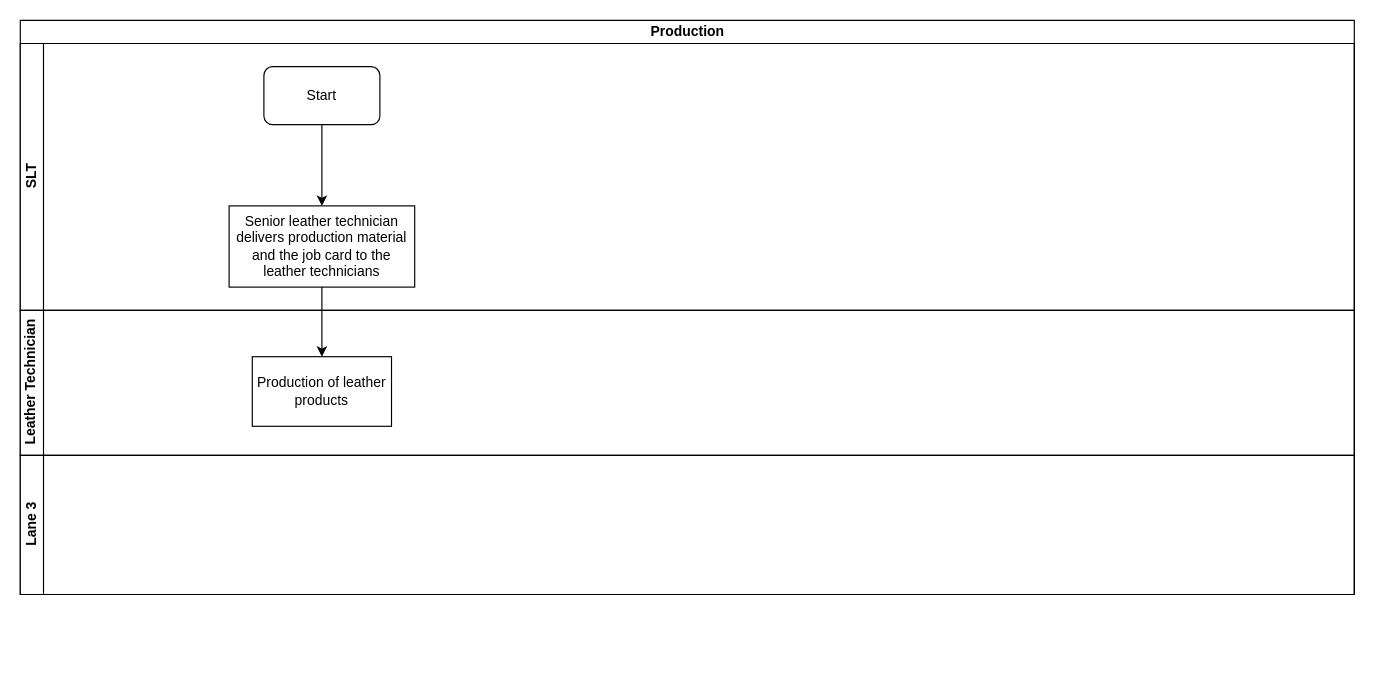
Before: LC - Production.drawio in kmagua/flowcharts, a draw.io diagram. Source tidied: cells renumbered, new cells numbered last; positions are measured from the earlier drawing's top-left corner, leaving out a move shared by most shapes. Both pictures are drawn from the tidied source at 116%, with x=0, y=0 at pixel (20, 20).
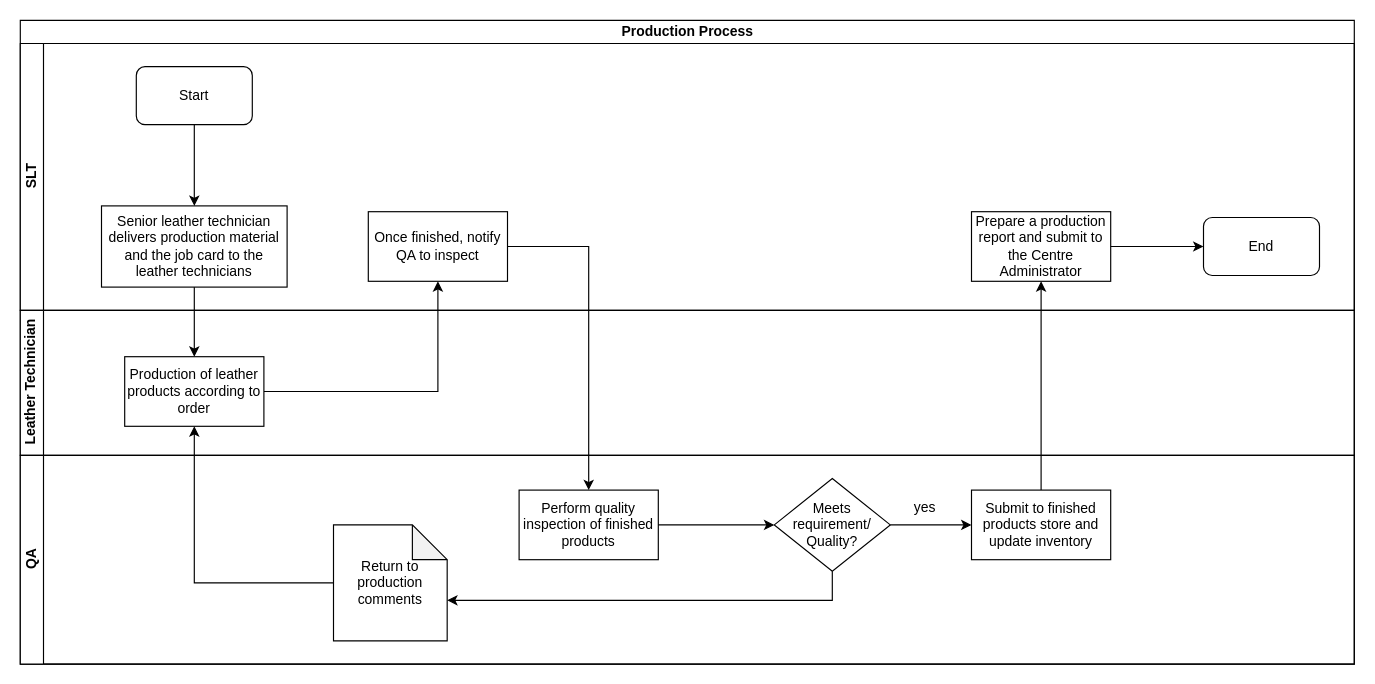
After the change.

The change refers to these unchanged cells:
```xml
<mxCell id="3" value="SLT" style="swimlane;html=1;startSize=20;horizontal=0;" parent="2" vertex="1">
  <mxGeometry y="20" width="1150" height="230" as="geometry" />
</mxCell>
<mxCell id="7" value="Leather Technician" style="swimlane;html=1;startSize=20;horizontal=0;" parent="2" vertex="1">
  <mxGeometry y="250" width="1150" height="125" as="geometry" />
</mxCell>
```

What changed in the source:
```diff
@@
-    <mxCell id="2" value="Production" style="swimlane;html=1;horizontal=1;startSize=20;" parent="1" vertex="1">
-      <mxGeometry width="1150" height="495" as="geometry" />
+    <mxCell id="2" value="Production Process" style="swimlane;html=1;horizontal=1;startSize=20;" parent="1" vertex="1">
+      <mxGeometry width="1150" height="555" as="geometry" />
     </mxCell>
+    <mxCell id="10" style="edgeStyle=orthogonalEdgeStyle;rounded=0;jettySize=auto;html=1;" parent="2" edge="1" source="5" target="8">
+      <mxGeometry relative="1" as="geometry" />
+    </mxCell>
+    <mxCell id="11" style="edgeStyle=orthogonalEdgeStyle;rounded=0;jettySize=auto;html=1;" parent="2" edge="1" source="8" target="13">
+      <mxGeometry relative="1" as="geometry" />
+    </mxCell>
+    <mxCell id="12" style="edgeStyle=orthogonalEdgeStyle;rounded=0;jettySize=auto;html=1;" parent="2" edge="1" source="13" target="15">
+      <mxGeometry relative="1" as="geometry" />
+    </mxCell>
@@
     <mxCell id="4" value="Start" style="rounded=1;whiteSpace=wrap;html=1;" parent="3" vertex="1">
-      <mxGeometry x="210" y="20" width="100" height="50" as="geometry" />
+      <mxGeometry x="100" y="20" width="100" height="50" as="geometry" />
     </mxCell>
     <mxCell id="5" value="Senior leather technician delivers production material and the job card to the leather technicians" style="rounded=0;whiteSpace=wrap;html=1;" parent="3" vertex="1">
-      <mxGeometry x="180" y="140" width="160" height="70" as="geometry" />
+      <mxGeometry x="70" y="140" width="160" height="70" as="geometry" />
     </mxCell>
@@
+    <mxCell id="13" value="Once finished, notify QA to inspect" style="whiteSpace=wrap;html=1;rounded=0;" parent="3" vertex="1">
+      <mxGeometry x="300" y="145" width="120" height="60" as="geometry" />
+    </mxCell>
+    <mxCell id="14" value="Prepare a production report and submit to the Centre Administrator" style="whiteSpace=wrap;html=1;rounded=0;" parent="3" vertex="1">
+      <mxGeometry x="820" y="145" width="120" height="60" as="geometry" />
+    </mxCell>
@@
-    <mxCell id="8" value="Production of leather products" style="whiteSpace=wrap;html=1;rounded=0;" parent="7" vertex="1">
-      <mxGeometry x="200" y="40" width="120" height="60" as="geometry" />
+    <mxCell id="8" value="Production of leather products according to order" style="whiteSpace=wrap;html=1;rounded=0;" parent="7" vertex="1">
+      <mxGeometry x="90" y="40" width="120" height="60" as="geometry" />
     </mxCell>
-    <mxCell id="9" value="Lane 3" style="swimlane;html=1;startSize=20;horizontal=0;" parent="2" vertex="1">
-      <mxGeometry y="375" width="1150" height="120" as="geometry" />
+    <mxCell id="9" value="QA" style="swimlane;html=1;startSize=20;horizontal=0;" parent="2" vertex="1">
+      <mxGeometry y="375" width="1150" height="180" as="geometry" />
     </mxCell>
-    <mxCell id="10" style="edgeStyle=orthogonalEdgeStyle;rounded=0;jettySize=auto;html=1;" parent="2" edge="1" source="5" target="8">
-      <mxGeometry relative="1" as="geometry" />
-    </mxCell>
+    <mxCell id="15" value="Perform quality inspection of finished products" style="whiteSpace=wrap;html=1;rounded=0;" parent="9" vertex="1">
+      <mxGeometry x="430" y="30" width="120" height="60" as="geometry" />
+    </mxCell>
+    <mxCell id="16" value="yes" style="text;html=1;strokeColor=none;fillColor=none;align=center;verticalAlign=middle;whiteSpace=wrap;rounded=0;" parent="9" vertex="1">
+      <mxGeometry x="760" y="35" width="40" height="20" as="geometry" />
+    </mxCell>
+    <mxCell id="17" value="Return to production comments" style="shape=note;whiteSpace=wrap;html=1;backgroundOutline=1;darkOpacity=0.05;" parent="9" vertex="1">
+      <mxGeometry x="270" y="60" width="98" height="100" as="geometry" />
+    </mxCell>
+    <mxCell id="18" style="edgeStyle=orthogonalEdgeStyle;rounded=0;jettySize=auto;html=1;entryX=0.5;entryY=1;entryDx=0;entryDy=0;" parent="2" edge="1" source="17" target="8">
+      <mxGeometry relative="1" as="geometry" />
+    </mxCell>
+    <mxCell id="19" style="edgeStyle=orthogonalEdgeStyle;rounded=0;jettySize=auto;html=1;" parent="1" edge="1" source="21" target="24">
+      <mxGeometry relative="1" as="geometry" />
+    </mxCell>
+    <mxCell id="20" style="edgeStyle=orthogonalEdgeStyle;rounded=0;jettySize=auto;html=1;entryX=0;entryY=0;entryDx=98;entryDy=65;entryPerimeter=0;" parent="1" edge="1" source="21" target="17">
+      <mxGeometry relative="1" as="geometry">
+        <Array as="points">
+          <mxPoint x="700" y="500" />
+        </Array>
+      </mxGeometry>
+    </mxCell>
+    <mxCell id="21" value="Meets requirement/ Quality?" style="rhombus;whiteSpace=wrap;html=1;rounded=0;" parent="1" vertex="1">
+      <mxGeometry x="650" y="395" width="100" height="80" as="geometry" />
+    </mxCell>
+    <mxCell id="22" style="edgeStyle=orthogonalEdgeStyle;rounded=0;jettySize=auto;html=1;" parent="1" edge="1" source="15" target="21">
+      <mxGeometry relative="1" as="geometry" />
+    </mxCell>
+    <mxCell id="23" style="edgeStyle=orthogonalEdgeStyle;rounded=0;jettySize=auto;html=1;" parent="1" edge="1" source="24" target="14">
+      <mxGeometry relative="1" as="geometry" />
+    </mxCell>
+    <mxCell id="24" value="Submit to finished products store and update inventory" style="whiteSpace=wrap;html=1;rounded=0;" parent="1" vertex="1">
+      <mxGeometry x="820" y="405" width="120" height="60" as="geometry" />
+    </mxCell>
+    <mxCell id="25" style="edgeStyle=orthogonalEdgeStyle;rounded=0;jettySize=auto;html=1;entryX=0;entryY=0.5;entryDx=0;entryDy=0;" parent="1" edge="1" source="14" target="26">
+      <mxGeometry relative="1" as="geometry" />
+    </mxCell>
+    <mxCell id="26" value="End" style="rounded=1;whiteSpace=wrap;html=1;" parent="1" vertex="1">
+      <mxGeometry x="1020" y="170" width="100" height="50" as="geometry" />
+    </mxCell>
```
